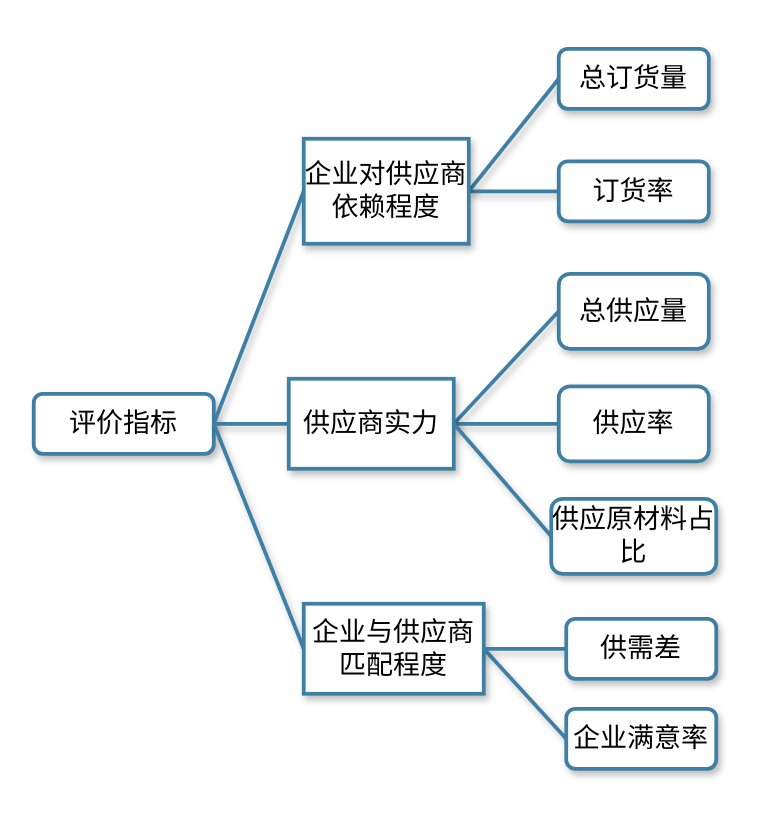
Before: flowgraph/2019C2.drawio in RyunMi/Math-model-code, a draw.io diagram. Source tidied: cells renumbered, new cells numbered last; positions are measured from the earlier drawing's top-left corner, leaving out a move shared by most shapes. Both pictures are drawn from the tidied source at 150%, with x=0, y=0 at pixel (33, 48).
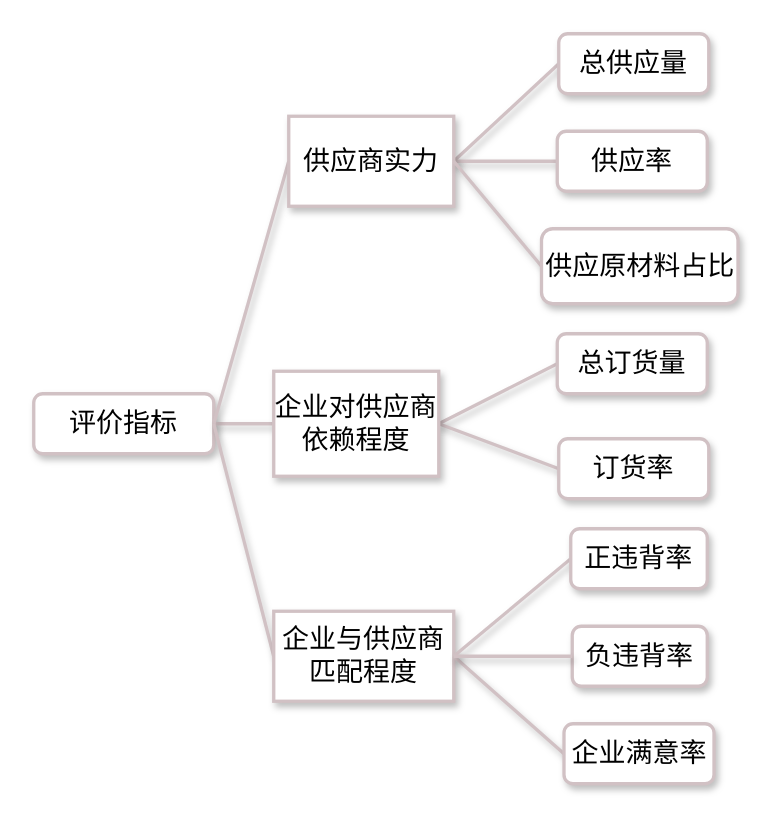
The same diagram, later.

Diff of the diagram source:
```diff
@@
-    <mxCell id="2" value="&lt;span style=&quot;font-size: 18px&quot;&gt;评价指标&lt;/span&gt;" style="rounded=1;whiteSpace=wrap;html=1;fontSize=12;glass=0;strokeWidth=2.5;shadow=1;strokeColor=#3E7FA3;" parent="1" vertex="1">
+    <mxCell id="2" value="&lt;span style=&quot;font-size: 18px&quot;&gt;评价指标&lt;/span&gt;" style="rounded=1;whiteSpace=wrap;html=1;fontSize=12;glass=0;strokeWidth=2.2;shadow=1;strokeColor=#D1C1C4;" parent="1" vertex="1">
       <mxGeometry y="230" width="120" height="40" as="geometry" />
     </mxCell>
-    <mxCell id="3" style="endArrow=none;html=1;exitX=1;exitY=0.5;exitDx=0;exitDy=0;strokeColor=#3E7FA3;shadow=1;strokeWidth=2.5;entryX=0;entryY=0.5;entryDx=0;entryDy=0;" parent="1" edge="1" source="9" target="13">
+    <mxCell id="3" style="endArrow=none;html=1;exitX=1;exitY=0.5;exitDx=0;exitDy=0;strokeColor=#D1C1C4;shadow=1;strokeWidth=2.2;entryX=0;entryY=0.5;entryDx=0;entryDy=0;" parent="1" edge="1" source="9" target="13">
       <mxGeometry relative="1" as="geometry" />
     </mxCell>
-    <mxCell id="4" style="endArrow=none;html=1;exitX=1;exitY=0.5;exitDx=0;exitDy=0;strokeColor=#3E7FA3;shadow=1;strokeWidth=2.5;entryX=0;entryY=0.5;entryDx=0;entryDy=0;" parent="1" edge="1" source="9" target="14">
+    <mxCell id="4" style="endArrow=none;html=1;exitX=1;exitY=0.5;exitDx=0;exitDy=0;strokeColor=#D1C1C4;shadow=1;strokeWidth=2.2;entryX=0;entryY=0.5;entryDx=0;entryDy=0;" parent="1" edge="1" source="9" target="14">
       <mxGeometry relative="1" as="geometry" />
     </mxCell>
-    <mxCell id="5" style="endArrow=none;html=1;exitX=1;exitY=0.5;exitDx=0;exitDy=0;entryX=0;entryY=0.5;entryDx=0;entryDy=0;strokeColor=#3E7FA3;shadow=1;strokeWidth=2.5;" parent="1" edge="1" source="2" target="9">
+    <mxCell id="5" style="endArrow=none;html=1;exitX=1;exitY=0.5;exitDx=0;exitDy=0;entryX=0;entryY=0.5;entryDx=0;entryDy=0;strokeColor=#D1C1C4;shadow=1;strokeWidth=2.2;" parent="1" edge="1" source="2" target="9">
       <mxGeometry relative="1" as="geometry" />
     </mxCell>
-    <mxCell id="6" style="endArrow=none;html=1;entryX=0;entryY=0.5;entryDx=0;entryDy=0;exitX=1;exitY=0.5;exitDx=0;exitDy=0;strokeColor=#3E7FA3;shadow=1;strokeWidth=2.5;" parent="1" edge="1" source="2" target="10">
+    <mxCell id="6" style="endArrow=none;html=1;entryX=0;entryY=0.5;entryDx=0;entryDy=0;exitX=1;exitY=0.5;exitDx=0;exitDy=0;strokeColor=#D1C1C4;shadow=1;strokeWidth=2.2;" parent="1" edge="1" source="2" target="10">
       <mxGeometry relative="1" as="geometry" />
     </mxCell>
-    <mxCell id="7" style="endArrow=none;html=1;exitX=1;exitY=0.5;exitDx=0;exitDy=0;strokeColor=#3E7FA3;shadow=1;strokeWidth=2.5;entryX=0;entryY=0.5;entryDx=0;entryDy=0;" parent="1" edge="1" source="10" target="19">
+    <mxCell id="7" style="endArrow=none;html=1;exitX=1;exitY=0.5;exitDx=0;exitDy=0;strokeColor=#D1C1C4;shadow=1;strokeWidth=2.2;entryX=0;entryY=0.5;entryDx=0;entryDy=0;" parent="1" edge="1" source="10" target="19">
       <mxGeometry relative="1" as="geometry" />
     </mxCell>
-    <mxCell id="8" style="endArrow=none;html=1;exitX=1;exitY=0.5;exitDx=0;exitDy=0;strokeColor=#3E7FA3;shadow=1;strokeWidth=2.5;entryX=0;entryY=0.5;entryDx=0;entryDy=0;" parent="1" edge="1" source="10" target="20">
+    <mxCell id="8" style="endArrow=none;html=1;exitX=1;exitY=0.5;exitDx=0;exitDy=0;strokeColor=#D1C1C4;shadow=1;strokeWidth=2.2;entryX=0;entryY=0.5;entryDx=0;entryDy=0;" parent="1" edge="1" source="10" target="20">
       <mxGeometry relative="1" as="geometry" />
     </mxCell>
-    <mxCell id="9" value="&lt;span style=&quot;font-size: 18px&quot;&gt;企业对供应商依赖程度&lt;/span&gt;" style="rounded=0;whiteSpace=wrap;html=1;strokeColor=#3E7FA3;shadow=1;strokeWidth=2.5;" parent="1" vertex="1">
-      <mxGeometry x="180" y="60" width="110" height="70" as="geometry" />
+    <mxCell id="9" value="&lt;span style=&quot;font-size: 18px&quot;&gt;企业对供应商依赖程度&lt;/span&gt;" style="rounded=0;whiteSpace=wrap;html=1;strokeColor=#D1C1C4;shadow=1;strokeWidth=2.2;" parent="1" vertex="1">
+      <mxGeometry x="160" y="215" width="110" height="70" as="geometry" />
     </mxCell>
-    <mxCell id="10" value="&lt;span style=&quot;font-size: 18px&quot;&gt;供应商实力&lt;/span&gt;" style="rounded=0;whiteSpace=wrap;html=1;strokeColor=#3E7FA3;shadow=1;strokeWidth=2.5;" parent="1" vertex="1">
-      <mxGeometry x="170" y="220" width="110" height="60" as="geometry" />
+    <mxCell id="10" value="&lt;span style=&quot;font-size: 18px&quot;&gt;供应商实力&lt;/span&gt;" style="rounded=0;whiteSpace=wrap;html=1;strokeColor=#D1C1C4;shadow=1;strokeWidth=2.2;" parent="1" vertex="1">
+      <mxGeometry x="170" y="45" width="110" height="60" as="geometry" />
     </mxCell>
-    <mxCell id="11" style="endArrow=none;html=1;exitX=1;exitY=0.5;exitDx=0;exitDy=0;shadow=1;entryX=0;entryY=0.5;entryDx=0;entryDy=0;strokeWidth=2.5;strokeColor=#3E7FA3;" parent="1" edge="1" source="2" target="12">
+    <mxCell id="11" style="endArrow=none;html=1;exitX=1;exitY=0.5;exitDx=0;exitDy=0;shadow=1;entryX=0;entryY=0.5;entryDx=0;entryDy=0;strokeWidth=2.2;strokeColor=#D1C1C4;" parent="1" edge="1" source="2" target="12">
       <mxGeometry relative="1" as="geometry" />
     </mxCell>
-    <mxCell id="12" value="&lt;span style=&quot;font-size: 18px&quot;&gt;企业与供应商匹配程度&lt;/span&gt;" style="rounded=0;whiteSpace=wrap;html=1;shadow=1;strokeColor=#3E7FA3;strokeWidth=2.5;" parent="1" vertex="1">
-      <mxGeometry x="180" y="370" width="120" height="60" as="geometry" />
+    <mxCell id="12" value="&lt;span style=&quot;font-size: 18px&quot;&gt;企业与供应商匹配程度&lt;/span&gt;" style="rounded=0;whiteSpace=wrap;html=1;shadow=1;strokeColor=#D1C1C4;strokeWidth=2.2;" parent="1" vertex="1">
+      <mxGeometry x="160" y="375" width="120" height="60" as="geometry" />
     </mxCell>
-    <mxCell id="13" value="&lt;span style=&quot;font-size: 18px&quot;&gt;总订货量&lt;/span&gt;" style="rounded=1;whiteSpace=wrap;html=1;shadow=1;strokeColor=#3E7FA3;strokeWidth=2.5;" parent="1" vertex="1">
-      <mxGeometry x="350" width="100" height="40" as="geometry" />
+    <mxCell id="13" value="&lt;span style=&quot;font-size: 18px&quot;&gt;总订货量&lt;/span&gt;" style="rounded=1;whiteSpace=wrap;html=1;shadow=1;strokeColor=#D1C1C4;strokeWidth=2.2;" parent="1" vertex="1">
+      <mxGeometry x="349" y="190" width="100" height="40" as="geometry" />
     </mxCell>
-    <mxCell id="14" value="&lt;span style=&quot;font-size: 18px&quot;&gt;订货率&lt;/span&gt;" style="rounded=1;whiteSpace=wrap;html=1;shadow=1;strokeColor=#3E7FA3;strokeWidth=2.5;" parent="1" vertex="1">
-      <mxGeometry x="350" y="75" width="100" height="40" as="geometry" />
+    <mxCell id="14" value="&lt;span style=&quot;font-size: 18px&quot;&gt;订货率&lt;/span&gt;" style="rounded=1;whiteSpace=wrap;html=1;shadow=1;strokeColor=#D1C1C4;strokeWidth=2.2;" parent="1" vertex="1">
+      <mxGeometry x="350" y="260" width="100" height="40" as="geometry" />
     </mxCell>
-    <mxCell id="15" style="endArrow=none;html=1;exitX=1;exitY=0.5;exitDx=0;exitDy=0;strokeColor=#3E7FA3;shadow=1;strokeWidth=2.5;entryX=0;entryY=0.5;entryDx=0;entryDy=0;" parent="1" edge="1" source="12" target="16">
+    <mxCell id="15" style="endArrow=none;html=1;exitX=1;exitY=0.5;exitDx=0;exitDy=0;strokeColor=#D1C1C4;shadow=1;strokeWidth=2.2;entryX=0;entryY=0.5;entryDx=0;entryDy=0;" parent="1" edge="1" source="12" target="16">
       <mxGeometry relative="1" as="geometry" />
     </mxCell>
-    <mxCell id="16" value="&lt;span style=&quot;font-size: 18px&quot;&gt;企业满意率&lt;/span&gt;" style="rounded=1;whiteSpace=wrap;html=1;shadow=1;strokeColor=#3E7FA3;strokeWidth=2.5;" parent="1" vertex="1">
-      <mxGeometry x="355" y="440" width="100" height="40" as="geometry" />
+    <mxCell id="16" value="&lt;span style=&quot;font-size: 18px&quot;&gt;企业满意率&lt;/span&gt;" style="rounded=1;whiteSpace=wrap;html=1;shadow=1;strokeColor=#D1C1C4;strokeWidth=2.2;" parent="1" vertex="1">
+      <mxGeometry x="353.5" y="450" width="100" height="40" as="geometry" />
     </mxCell>
-    <mxCell id="17" style="endArrow=none;html=1;strokeColor=#3E7FA3;shadow=1;strokeWidth=2.5;entryX=0;entryY=0.5;entryDx=0;entryDy=0;exitX=1;exitY=0.5;exitDx=0;exitDy=0;" parent="1" edge="1" source="12" target="18">
+    <mxCell id="17" style="endArrow=none;html=1;strokeColor=#D1C1C4;shadow=1;strokeWidth=2.2;entryX=0;entryY=0.5;entryDx=0;entryDy=0;exitX=1;exitY=0.5;exitDx=0;exitDy=0;" parent="1" edge="1" source="12" target="24">
       <mxGeometry relative="1" as="geometry" />
     </mxCell>
-    <mxCell id="18" value="&lt;span style=&quot;font-size: 18px&quot;&gt;供需差&lt;/span&gt;" style="rounded=1;whiteSpace=wrap;html=1;shadow=1;strokeColor=#3E7FA3;strokeWidth=2.5;" parent="1" vertex="1">
-      <mxGeometry x="355" y="380" width="100" height="40" as="geometry" />
-    </mxCell>
-    <mxCell id="19" value="&lt;span style=&quot;font-size: 18px&quot;&gt;总供应量&lt;/span&gt;" style="rounded=1;whiteSpace=wrap;html=1;shadow=1;strokeColor=#3E7FA3;strokeWidth=2.5;" parent="1" vertex="1">
-      <mxGeometry x="350" y="150" width="100" height="50" as="geometry" />
+    <mxCell id="19" value="&lt;span style=&quot;font-size: 18px&quot;&gt;总供应量&lt;/span&gt;" style="rounded=1;whiteSpace=wrap;html=1;shadow=1;strokeColor=#D1C1C4;strokeWidth=2.2;" parent="1" vertex="1">
+      <mxGeometry x="350" y="-10" width="100" height="40" as="geometry" />
     </mxCell>
-    <mxCell id="20" value="&lt;span style=&quot;font-size: 18px&quot;&gt;供应率&lt;/span&gt;" style="rounded=1;whiteSpace=wrap;html=1;shadow=1;strokeColor=#3E7FA3;strokeWidth=2.5;" parent="1" vertex="1">
-      <mxGeometry x="350" y="225" width="100" height="50" as="geometry" />
+    <mxCell id="20" value="&lt;span style=&quot;font-size: 18px&quot;&gt;供应率&lt;/span&gt;" style="rounded=1;whiteSpace=wrap;html=1;shadow=1;strokeColor=#D1C1C4;strokeWidth=2.2;" parent="1" vertex="1">
+      <mxGeometry x="349" y="55" width="100" height="40" as="geometry" />
     </mxCell>
-    <mxCell id="21" style="edgeStyle=orthogonalEdgeStyle;rounded=0;orthogonalLoop=1;jettySize=auto;html=1;exitX=0.5;exitY=1;exitDx=0;exitDy=0;shadow=1;strokeColor=#3E7FA3;strokeWidth=2.5;" parent="1" edge="1" source="19" target="19">
+    <mxCell id="21" style="edgeStyle=orthogonalEdgeStyle;rounded=0;orthogonalLoop=1;jettySize=auto;html=1;exitX=0.5;exitY=1;exitDx=0;exitDy=0;shadow=1;strokeColor=#D1C1C4;strokeWidth=2.2;" parent="1" edge="1" source="19" target="19">
       <mxGeometry relative="1" as="geometry" />
     </mxCell>
-    <mxCell id="22" style="endArrow=none;html=1;shadow=1;strokeColor=#3E7FA3;strokeWidth=2.5;exitX=1;exitY=0.5;exitDx=0;exitDy=0;entryX=0;entryY=0.5;entryDx=0;entryDy=0;" parent="1" edge="1" source="10" target="23">
+    <mxCell id="22" style="endArrow=none;html=1;shadow=1;strokeColor=#D1C1C4;strokeWidth=2.2;exitX=1;exitY=0.5;exitDx=0;exitDy=0;entryX=0;entryY=0.5;entryDx=0;entryDy=0;" parent="1" edge="1" source="10" target="23">
       <mxGeometry relative="1" as="geometry" />
     </mxCell>
-    <mxCell id="23" value="&lt;span style=&quot;font-size: 18px&quot;&gt;供应原材料占比&lt;/span&gt;" style="rounded=1;whiteSpace=wrap;html=1;shadow=1;strokeColor=#3E7FA3;strokeWidth=2.5;" parent="1" vertex="1">
-      <mxGeometry x="345" y="300" width="110" height="50" as="geometry" />
+    <mxCell id="23" value="&lt;span style=&quot;font-size: 18px&quot;&gt;供应原材料占比&lt;/span&gt;" style="rounded=1;whiteSpace=wrap;html=1;shadow=1;strokeColor=#D1C1C4;strokeWidth=2.2;" parent="1" vertex="1">
+      <mxGeometry x="338.5" y="120" width="131" height="50" as="geometry" />
     </mxCell>
+    <mxCell id="24" value="&lt;span style=&quot;font-size: 18px&quot;&gt;正违背率&lt;/span&gt;" style="rounded=1;whiteSpace=wrap;html=1;strokeColor=#D1C1C4;shadow=1;strokeWidth=2.2;" parent="1" vertex="1">
+      <mxGeometry x="358" y="320" width="91" height="40" as="geometry" />
+    </mxCell>
+    <mxCell id="25" value="&lt;span style=&quot;font-size: 18px&quot;&gt;负违背率&lt;/span&gt;" style="rounded=1;whiteSpace=wrap;html=1;strokeColor=#D1C1C4;shadow=1;strokeWidth=2.2;" parent="1" vertex="1">
+      <mxGeometry x="359" y="385" width="90" height="40" as="geometry" />
+    </mxCell>
+    <mxCell id="26" style="endArrow=none;html=1;entryX=0;entryY=0.5;entryDx=0;entryDy=0;exitX=1;exitY=0.5;exitDx=0;exitDy=0;strokeColor=#D1C1C4;shadow=1;strokeWidth=2.2;" parent="1" edge="1" source="12" target="25">
+      <mxGeometry relative="1" as="geometry" />
+    </mxCell>
```
